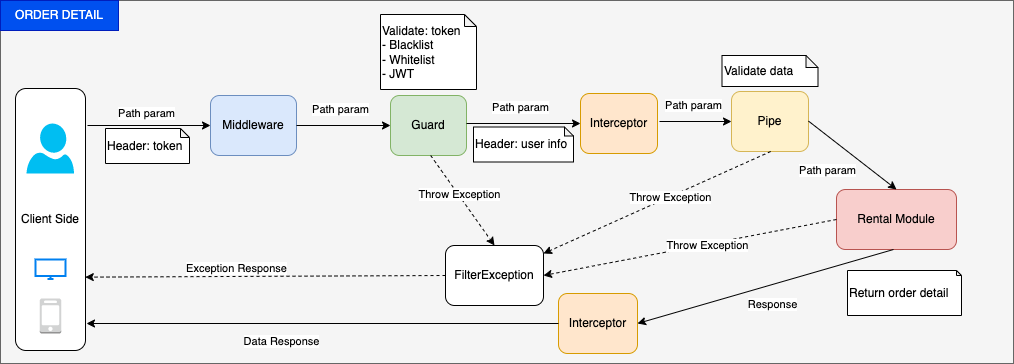
Before: OrderDetail.drawio.png, a diagram exported from draw.io (vnbrew/quynd-car-rent-nestjs). Source tidied: cells renumbered, new cells last; positions are measured from the earlier drawing's top-left corner, leaving out a move shared by most shapes.
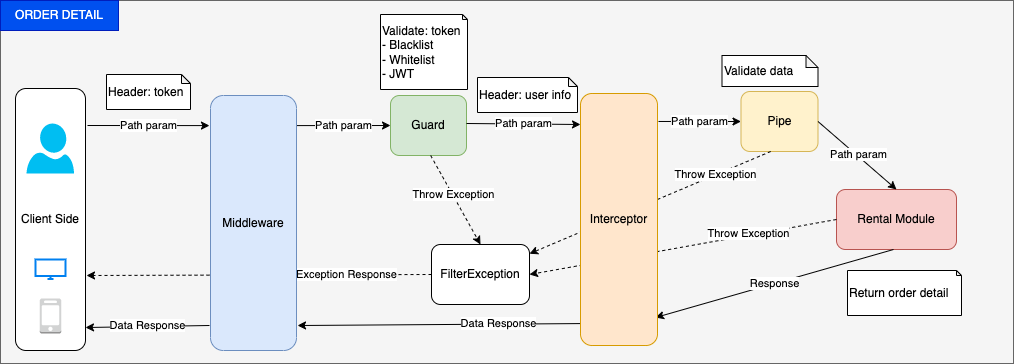
Later version of the same file.

Change to the diagram source:
```diff
@@ -13,74 +13,57 @@
     <mxCell id="4" value="Client Side" style="rounded=1;whiteSpace=wrap;html=1;" parent="1" vertex="1">
       <mxGeometry x="15" y="89" width="70" height="262" as="geometry" />
     </mxCell>
-    <mxCell id="5" value="Path param" style="endArrow=classic;html=1;rounded=0;entryX=0;entryY=0.5;entryDx=0;entryDy=0;" parent="1" edge="1" target="6">
-      <mxGeometry x="-0.04" y="12" relative="1" as="geometry">
+    <mxCell id="5" value="Path param" style="endArrow=classic;html=1;rounded=0;entryX=-0.012;entryY=0.118;entryDx=0;entryDy=0;entryPerimeter=0;" parent="1" edge="1" target="6">
+      <mxGeometry relative="1" as="geometry">
         <mxPoint x="87" y="126" as="sourcePoint" />
       </mxGeometry>
     </mxCell>
-    <mxCell id="6" value="Middleware" style="rounded=1;whiteSpace=wrap;html=1;fillColor=#dae8fc;strokeColor=#6c8ebf;" parent="1" vertex="1">
-      <mxGeometry x="210" y="96" width="86" height="60" as="geometry" />
-    </mxCell>
     <mxCell id="7" value="Guard" style="rounded=1;whiteSpace=wrap;html=1;fillColor=#d5e8d4;strokeColor=#82b366;" parent="1" vertex="1">
       <mxGeometry x="390" y="96" width="76" height="60" as="geometry" />
     </mxCell>
-    <mxCell id="8" value="Path param" style="endArrow=classic;html=1;rounded=0;exitX=1;exitY=0.5;exitDx=0;exitDy=0;entryX=0;entryY=0.5;entryDx=0;entryDy=0;" parent="1" edge="1" source="6" target="7">
-      <mxGeometry x="-0.06" y="17" relative="1" as="geometry">
-        <mxPoint y="1" as="offset" />
-      </mxGeometry>
+    <mxCell id="8" value="Path param" style="endArrow=classic;html=1;rounded=0;exitX=1;exitY=0.118;exitDx=0;exitDy=0;entryX=0;entryY=0.5;entryDx=0;entryDy=0;exitPerimeter=0;" parent="1" edge="1" source="6" target="7">
+      <mxGeometry relative="1" as="geometry" />
     </mxCell>
-    <mxCell id="9" value="Interceptor" style="rounded=1;whiteSpace=wrap;html=1;fillColor=#ffe6cc;strokeColor=#d79b00;" parent="1" vertex="1">
-      <mxGeometry x="580" y="94" width="77" height="60" as="geometry" />
-    </mxCell>
-    <mxCell id="10" value="Path param" style="endArrow=classic;html=1;rounded=0;exitX=1;exitY=0.5;exitDx=0;exitDy=0;entryX=0;entryY=0.5;entryDx=0;entryDy=0;" parent="1" edge="1" target="9">
-      <mxGeometry x="-0.06" y="17" relative="1" as="geometry">
+    <mxCell id="10" value="Path param" style="endArrow=classic;html=1;rounded=0;exitX=1;exitY=0.5;exitDx=0;exitDy=0;entryX=0;entryY=0.123;entryDx=0;entryDy=0;entryPerimeter=0;" parent="1" edge="1" target="9">
+      <mxGeometry relative="1" as="geometry">
         <mxPoint x="466" y="124" as="sourcePoint" />
-        <mxPoint y="1" as="offset" />
       </mxGeometry>
     </mxCell>
     <mxCell id="11" value="Pipe" style="rounded=1;whiteSpace=wrap;html=1;fillColor=#fff2cc;strokeColor=#d6b656;" parent="1" vertex="1">
-      <mxGeometry x="731" y="92" width="77" height="60" as="geometry" />
+      <mxGeometry x="740.5" y="92" width="77" height="60" as="geometry" />
     </mxCell>
-    <mxCell id="12" value="Path param" style="endArrow=classic;html=1;rounded=0;entryX=0;entryY=0.5;entryDx=0;entryDy=0;" parent="1" edge="1" target="11">
-      <mxGeometry x="-0.06" y="17" relative="1" as="geometry">
-        <mxPoint x="659" y="122" as="sourcePoint" />
-        <mxPoint y="1" as="offset" />
-      </mxGeometry>
+    <mxCell id="12" value="Path param" style="endArrow=classic;html=1;rounded=0;entryX=0;entryY=0.5;entryDx=0;entryDy=0;exitX=1.013;exitY=0.111;exitDx=0;exitDy=0;exitPerimeter=0;" parent="1" edge="1" source="9" target="11">
+      <mxGeometry relative="1" as="geometry" />
     </mxCell>
     <mxCell id="13" value="Rental Module" style="rounded=1;whiteSpace=wrap;html=1;fillColor=#f8cecc;strokeColor=#b85450;" parent="1" vertex="1">
       <mxGeometry x="836" y="190" width="120" height="60" as="geometry" />
     </mxCell>
-    <mxCell id="14" value="Interceptor" style="rounded=1;whiteSpace=wrap;html=1;fillColor=#ffe6cc;strokeColor=#d79b00;" parent="1" vertex="1">
-      <mxGeometry x="558" y="294" width="79" height="60" as="geometry" />
-    </mxCell>
-    <mxCell id="15" value="Path param" style="endArrow=classic;html=1;rounded=0;exitX=1;exitY=0.5;exitDx=0;exitDy=0;entryX=0.5;entryY=0;entryDx=0;entryDy=0;" parent="1" edge="1" target="13">
-      <mxGeometry x="-0.19" y="-27" relative="1" as="geometry">
-        <mxPoint x="808" y="121.6" as="sourcePoint" />
-      </mxGeometry>
+    <mxCell id="15" value="Path param" style="endArrow=classic;html=1;rounded=0;exitX=1;exitY=0.5;exitDx=0;exitDy=0;entryX=0.5;entryY=0;entryDx=0;entryDy=0;" parent="1" edge="1" source="11" target="13">
+      <mxGeometry x="-0.01" y="2" relative="1" as="geometry" />
     </mxCell>
-    <mxCell id="16" value="Response" style="endArrow=classic;html=1;rounded=0;exitX=1;exitY=0.5;exitDx=0;exitDy=0;entryX=1;entryY=0.5;entryDx=0;entryDy=0;" parent="1" edge="1" target="14">
-      <mxGeometry x="-0.02" y="19" relative="1" as="geometry">
+    <mxCell id="16" value="Response" style="endArrow=classic;html=1;rounded=0;exitX=1;exitY=0.5;exitDx=0;exitDy=0;entryX=0.974;entryY=0.889;entryDx=0;entryDy=0;entryPerimeter=0;" parent="1" edge="1" target="9">
+      <mxGeometry relative="1" as="geometry">
         <mxPoint x="893" y="250" as="sourcePoint" />
       </mxGeometry>
     </mxCell>
     <mxCell id="17" value="FilterException" style="rounded=1;whiteSpace=wrap;html=1;" parent="1" vertex="1">
-      <mxGeometry x="445" y="246" width="98" height="60" as="geometry" />
+      <mxGeometry x="431" y="245" width="98" height="60" as="geometry" />
     </mxCell>
-    <mxCell id="18" value="Data Response" style="endArrow=classic;html=1;rounded=0;exitX=0;exitY=0.5;exitDx=0;exitDy=0;" parent="1" edge="1" source="14">
-      <mxGeometry x="0.17" y="18" relative="1" as="geometry">
-        <mxPoint x="86" y="324" as="targetPoint" />
-      </mxGeometry>
+    <mxCell id="18" value="Data Response" style="endArrow=classic;html=1;rounded=0;exitX=0;exitY=0.913;exitDx=0;exitDy=0;entryX=1.012;entryY=0.902;entryDx=0;entryDy=0;entryPerimeter=0;exitPerimeter=0;" parent="1" edge="1" source="9" target="6">
+      <mxGeometry x="-0.42" y="-1" relative="1" as="geometry" />
     </mxCell>
-    <mxCell id="19" value="Exception Response" style="endArrow=classic;html=1;rounded=0;dashed=1;exitX=0;exitY=0.5;exitDx=0;exitDy=0;entryX=0.997;entryY=0.72;entryDx=0;entryDy=0;entryPerimeter=0;" parent="1" edge="1" source="17" target="4">
-      <mxGeometry x="0.16" y="-8" relative="1" as="geometry" />
+    <mxCell id="19" value="Exception Response" style="endArrow=classic;html=1;rounded=0;dashed=1;exitX=0;exitY=0.5;exitDx=0;exitDy=0;" parent="1" edge="1" source="17">
+      <mxGeometry x="-0.51" relative="1" as="geometry">
+        <mxPoint x="86" y="276" as="targetPoint" />
+      </mxGeometry>
     </mxCell>
     <mxCell id="20" value="Throw Exception" style="endArrow=classic;html=1;rounded=0;dashed=1;exitX=0.5;exitY=1;exitDx=0;exitDy=0;" parent="1" edge="1" target="17">
-      <mxGeometry x="-0.11" y="1" relative="1" as="geometry">
+      <mxGeometry x="-0.54" relative="1" as="geometry">
         <mxPoint x="770.2" y="152" as="sourcePoint" />
       </mxGeometry>
     </mxCell>
     <mxCell id="21" value="Throw Exception" style="endArrow=classic;html=1;rounded=0;dashed=1;exitX=0;exitY=0.5;exitDx=0;exitDy=0;entryX=1;entryY=0.5;entryDx=0;entryDy=0;" parent="1" edge="1" source="13" target="17">
-      <mxGeometry x="-0.11" y="1" relative="1" as="geometry" />
+      <mxGeometry x="-0.43" y="-2" relative="1" as="geometry" />
     </mxCell>
     <mxCell id="22" style="verticalLabelPosition=bottom;html=1;verticalAlign=top;align=center;strokeColor=none;fillColor=#00BEF2;shape=mxgraph.azure.user;" parent="1" vertex="1">
       <mxGeometry x="26" y="124" width="47.5" height="50" as="geometry" />
@@ -98,13 +81,13 @@
       <mxGeometry x="847" y="271" width="114" height="45" as="geometry" />
     </mxCell>
     <mxCell id="27" value="Header: token" style="shape=note;whiteSpace=wrap;html=1;backgroundOutline=1;darkOpacity=0.05;align=left;size=9;" parent="1" vertex="1">
-      <mxGeometry x="105" y="129" width="84" height="35" as="geometry" />
+      <mxGeometry x="106" y="75" width="84" height="35" as="geometry" />
     </mxCell>
-    <mxCell id="28" value="Validate: token&lt;br&gt;- Blacklist&lt;br&gt;- Whitelist&lt;br&gt;- JWT" style="shape=note;whiteSpace=wrap;html=1;backgroundOutline=1;darkOpacity=0.05;align=left;size=12;" parent="1" vertex="1">
-      <mxGeometry x="380" y="15" width="96" height="75" as="geometry" />
+    <mxCell id="28" value="Validate: token&lt;br&gt;- Blacklist&lt;br&gt;- Whitelist&lt;br&gt;- JWT" style="shape=note;whiteSpace=wrap;html=1;backgroundOutline=1;darkOpacity=0.05;align=left;size=5;" parent="1" vertex="1">
+      <mxGeometry x="380" y="15" width="87" height="75" as="geometry" />
     </mxCell>
     <mxCell id="29" value="Header: user info" style="shape=note;whiteSpace=wrap;html=1;backgroundOutline=1;darkOpacity=0.05;align=left;size=9;" parent="1" vertex="1">
-      <mxGeometry x="473" y="127.5" width="100" height="35" as="geometry" />
+      <mxGeometry x="477" y="78" width="100" height="35" as="geometry" />
     </mxCell>
     <mxCell id="30" value="Throw Exception" style="endArrow=classic;html=1;rounded=0;dashed=1;exitX=0.5;exitY=1;exitDx=0;exitDy=0;entryX=0.5;entryY=0;entryDx=0;entryDy=0;" parent="1" edge="1" target="17">
       <mxGeometry x="-0.11" y="1" relative="1" as="geometry">
@@ -114,5 +97,17 @@
     <mxCell id="31" value="Validate data" style="shape=note;whiteSpace=wrap;html=1;backgroundOutline=1;darkOpacity=0.05;align=left;size=12;" parent="1" vertex="1">
       <mxGeometry x="721.5" y="56" width="96" height="31" as="geometry" />
     </mxCell>
+    <mxCell id="6" value="Middleware" style="rounded=1;whiteSpace=wrap;html=1;fillColor=#dae8fc;strokeColor=#6c8ebf;" parent="1" vertex="1">
+      <mxGeometry x="210" y="96" width="86" height="255" as="geometry" />
+    </mxCell>
+    <mxCell id="32" value="Data Response" style="endArrow=classic;html=1;rounded=0;entryX=1.012;entryY=0.902;entryDx=0;entryDy=0;entryPerimeter=0;" parent="1" edge="1">
+      <mxGeometry y="-1" relative="1" as="geometry">
+        <mxPoint x="209" y="326" as="sourcePoint" />
+        <mxPoint x="85" y="328" as="targetPoint" />
+      </mxGeometry>
+    </mxCell>
+    <mxCell id="9" value="Interceptor" style="rounded=1;whiteSpace=wrap;html=1;fillColor=#ffe6cc;strokeColor=#d79b00;" parent="1" vertex="1">
+      <mxGeometry x="580" y="94" width="77" height="252" as="geometry" />
+    </mxCell>
   </root>
 </mxGraphModel>
```
